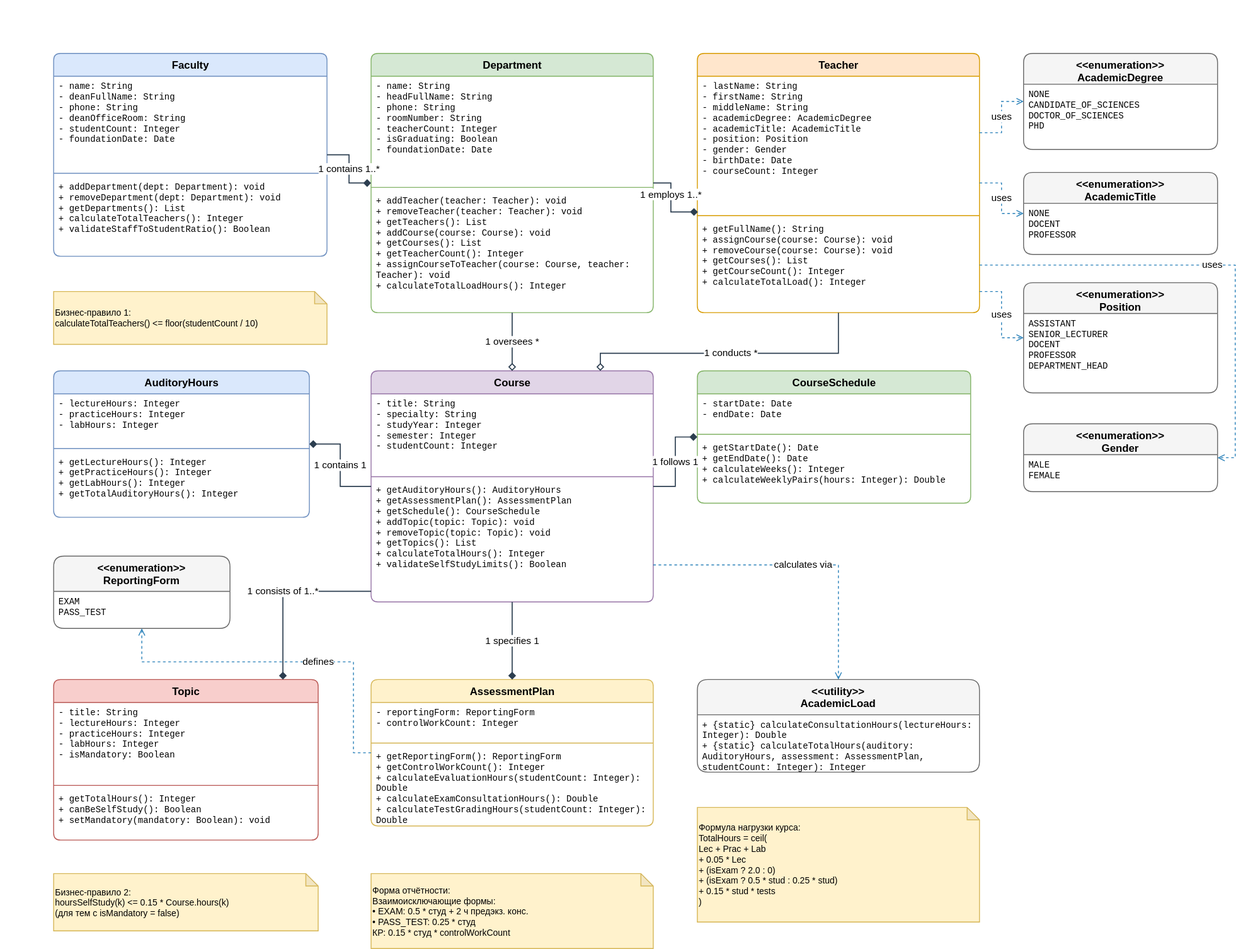
Above: lab-3/class_diagram.drawio.svg in NomenConservandum/informational-systems-and-design-lab-exercises (PlantUML), before the change. Its source is kept beside it as lab-3/class_diagram.puml. Source of this version:
```plantuml
@startuml
skinparam classAttributeIconSize 0
skinparam monochrome false
skinparam roundcorner 10
skinparam packageStyle rectangle

skinparam class {
    BackgroundColor White
    BorderColor #2C3E50
    ArrowColor #2980B9
}

enum AcademicDegree {
    NONE
    CANDIDATE_OF_SCIENCES
    DOCTOR_OF_SCIENCES
    PHD
}

enum AcademicTitle {
    NONE
    DOCENT
    PROFESSOR
}

enum Position {
    ASSISTANT
    SENIOR_LECTURER
    DOCENT
    PROFESSOR
    DEPARTMENT_HEAD
}

enum Gender {
    MALE
    FEMALE
}

enum ReportingForm {
    EXAM        ' Экзамен: 0.5 ч * студ + 2 ч предэкз. консультация
    PASS_TEST   ' Зачёт: 0.25 ч * студ
}

class Faculty {
    - name: String
    - deanFullName: String
    - phone: String
    - deanOfficeRoom: String
    - studentCount: Integer
    - foundationDate: Date
    + addDepartment(dept: Department): void
    + removeDepartment(dept: Department): void
    + getDepartments(): List<Department>
    + calculateTotalTeachers(): Integer
    + validateStaffToStudentRatio(): Boolean
}

class Department {
    - name: String
    - headFullName: String
    - phone: String
    - roomNumber: String
    - teacherCount: Integer
    - isGraduating: Boolean
    - foundationDate: Date
    + addTeacher(teacher: Teacher): void
    + removeTeacher(teacher: Teacher): void
    + getTeachers(): List<Teacher>
    + addCourse(course: Course): void
    + getCourses(): List<Course>
    + getTeacherCount(): Integer
    + assignCourseToTeacher(course: Course, teacher: Teacher): void
    + calculateTotalLoadHours(): Integer
}

class Teacher {
    - lastName: String
    - firstName: String
    - middleName: String
    - academicDegree: AcademicDegree
    - academicTitle: AcademicTitle
    - position: Position
    - gender: Gender
    - birthDate: Date
    - courseCount: Integer
    + getFullName(): String
    + assignCourse(course: Course): void
    + removeCourse(course: Course): void
    + getCourses(): List<Course>
    + getCourseCount(): Integer
    + calculateTotalLoad(): Integer
}

class Course {
    - title: String
    - specialty: String
    - studyYear: Integer
    - semester: Integer
    - studentCount: Integer
    + getAuditoryHours(): AuditoryHours
    + getAssessmentPlan(): AssessmentPlan
    + getSchedule(): CourseSchedule
    + addTopic(topic: Topic): void
    + removeTopic(topic: Topic): void
    + getTopics(): List<Topic>
    + calculateTotalHours(): Integer
    + validateSelfStudyLimits(): Boolean
}

class AuditoryHours {
    - lectureHours: Integer
    - practiceHours: Integer
    - labHours: Integer
    + getLectureHours(): Integer
    + getPracticeHours(): Integer
    + getLabHours(): Integer
    + getTotalAuditoryHours(): Integer
}

class AssessmentPlan {
    - reportingForm: ReportingForm
    - controlWorkCount: Integer
    + getReportingForm(): ReportingForm
    + getControlWorkCount(): Integer
    + calculateEvaluationHours(studentCount: Integer): Double
    + calculateExamConsultationHours(): Double
    + calculateTestGradingHours(studentCount: Integer): Double
}

class CourseSchedule {
    - startDate: Date
    - endDate: Date
    + getStartDate(): Date
    + getEndDate(): Date
    + calculateWeeks(): Integer
    + calculateWeeklyPairs(hours: Integer): Double
}

class AcademicLoad <<utility>> {
    + {static} calculateConsultationHours(lectureHours: Integer): Double
    + {static} calculateTotalHours(auditory: AuditoryHours, assessment: AssessmentPlan, studentCount: Integer): Integer
}

class Topic {
    - title: String
    - lectureHours: Integer
    - practiceHours: Integer
    - labHours: Integer
    - isMandatory: Boolean
    + getTotalHours(): Integer
    + canBeSelfStudy(): Boolean
    + setMandatory(mandatory: Boolean): void
}

Faculty "1" *-- "1..*" Department : contains >
Department "1" *-- "1..*" Teacher : employs >
Department "1" o-- "*" Course : oversees >
Teacher "1" o-- "*" Course : conducts >

Course "1" *-- "1" AuditoryHours : contains >
Course "1" *-- "1" AssessmentPlan : specifies >
Course "1" *-- "1" CourseSchedule : follows >
Course "1" *-- "1..*" Topic : consists of >
Course ..> AcademicLoad : calculates via >

Teacher ..> AcademicDegree : uses
Teacher ..> AcademicTitle : uses
Teacher ..> Position : uses
Teacher ..> Gender : uses
AssessmentPlan ..> ReportingForm : defines

note right of Faculty
  <b>Бизнес-правило 1:</b>
  calculateTotalTeachers() <= floor(studentCount / 10)
end note

note bottom of AssessmentPlan
  <b>Форма отчётности:</b>
  Взаимоисключающие формы:
  • EXAM: 0.5 * студ + 2 ч предэкз. конс.
  • PASS_TEST: 0.25 * студ
  КР: 0.15 * студ * controlWorkCount
end note

note bottom of AcademicLoad
  <b>Формула нагрузки курса:</b>
  TotalHours = ceil(
    Lec + Prac + Lab
    + 0.05 * Lec
    + (isExam ? 2.0 : 0)
    + (isExam ? 0.5 * students : 0.25 * students)
    + 0.15 * students * tests
  )
end note

note right of Topic
  <b>Бизнес-правило 2:</b>
  Для тем на СРС (isMandatory = false):
  hoursSelfStudy(k) <= 0.15 * Course.hours(k)
end note

@enduml
```
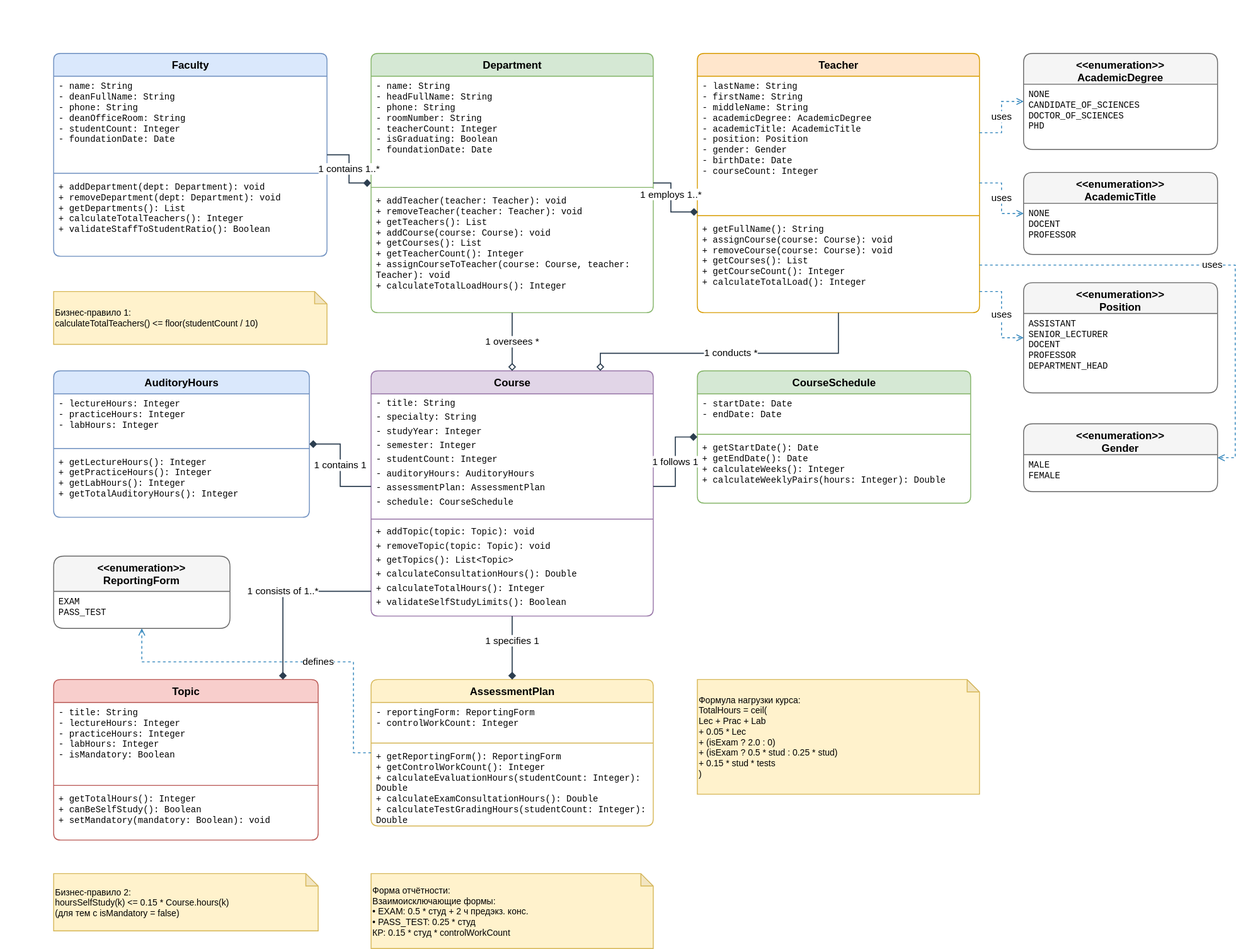
The same file after the commit.

Diff of the diagram source:
```diff
@@ -97,12 +97,13 @@
     - studyYear: Integer
     - semester: Integer
     - studentCount: Integer
-    + getAuditoryHours(): AuditoryHours
-    + getAssessmentPlan(): AssessmentPlan
-    + getSchedule(): CourseSchedule
+    - auditoryHours: AuditoryHours
+    - assessmentPlan: AssessmentPlan
+    - schedule: CourseSchedule
     + addTopic(topic: Topic): void
     + removeTopic(topic: Topic): void
     + getTopics(): List<Topic>
+    + calculateConsultationHours(): Double
     + calculateTotalHours(): Integer
     + validateSelfStudyLimits(): Boolean
 }
@@ -136,11 +137,6 @@
     + calculateWeeklyPairs(hours: Integer): Double
 }
 
-class AcademicLoad <<utility>> {
-    + {static} calculateConsultationHours(lectureHours: Integer): Double
-    + {static} calculateTotalHours(auditory: AuditoryHours, assessment: AssessmentPlan, studentCount: Integer): Integer
-}
-
 class Topic {
     - title: String
     - lectureHours: Integer
@@ -161,7 +157,6 @@
 Course "1" *-- "1" AssessmentPlan : specifies >
 Course "1" *-- "1" CourseSchedule : follows >
 Course "1" *-- "1..*" Topic : consists of >
-Course ..> AcademicLoad : calculates via >
 
 Teacher ..> AcademicDegree : uses
 Teacher ..> AcademicTitle : uses
@@ -182,7 +177,7 @@
   КР: 0.15 * студ * controlWorkCount
 end note
 
-note bottom of AcademicLoad
+note right of Course
   <b>Формула нагрузки курса:</b>
   TotalHours = ceil(
     Lec + Prac + Lab
```
